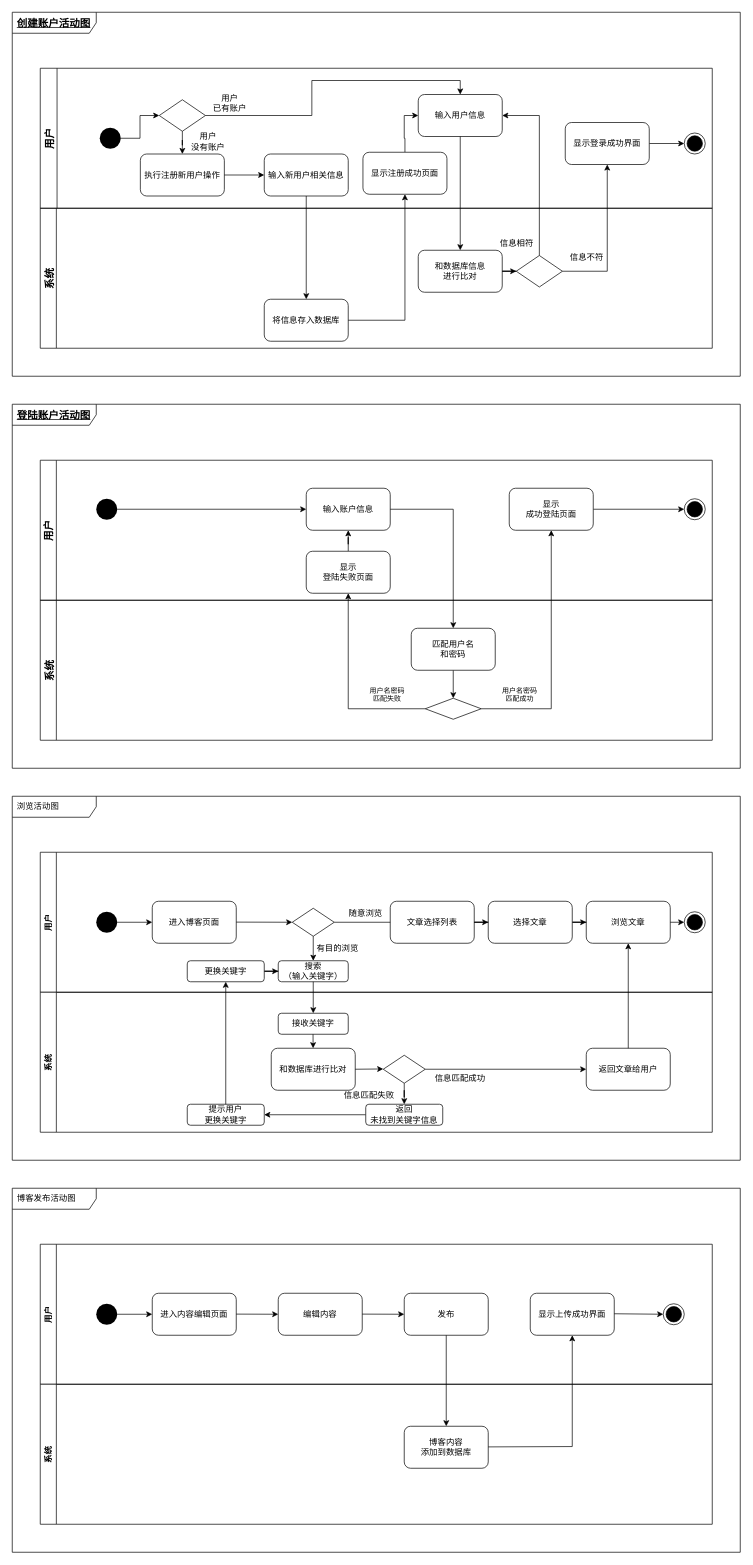
Earlier version of the draw.io diagram Group_1_UML/Group_1_activity.drawio (BlackboardYang/BlogYangBofan). Source tidied: cells renumbered, new cells numbered last; positions are measured from the earlier drawing's top-left corner, leaving out a move shared by most shapes. Both pictures are drawn from the tidied source at 70%, with x=0, y=0 at pixel (12, 12).
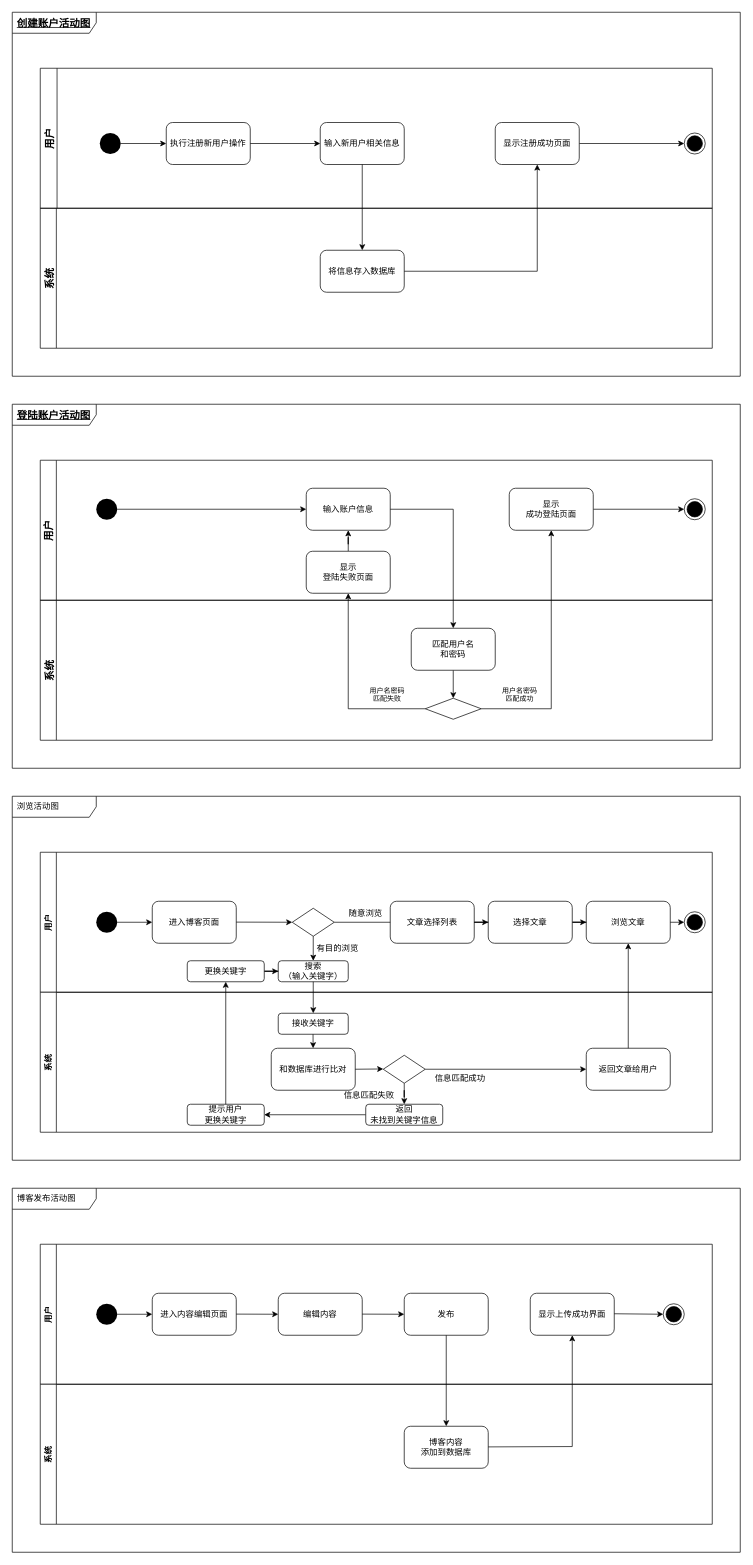
After the change.

The change refers to these unchanged cells:
```xml
<mxCell id="54" value="用户" style="swimlane;horizontal=0;fontSize=15;fillColor=none;startSize=24;" parent="1" vertex="1">
  <mxGeometry x="40" y="80" width="960" height="200" as="geometry" />
</mxCell>
<mxCell id="60" style="ellipse;html=1;shape=endState;fillColor=#000000;strokeColor=#000000;fontSize=12;" parent="54" vertex="1">
  <mxGeometry x="920" y="92.5" width="30" height="30" as="geometry" />
</mxCell>
<mxCell id="68" value="系统" style="swimlane;horizontal=0;fontSize=15;fillColor=none;" parent="1" vertex="1">
  <mxGeometry x="40" y="280" width="960" height="200" as="geometry" />
</mxCell>
```

The edit, as a diff of the source:
```diff
@@
-    <mxCell id="55" style="edgeStyle=orthogonalEdgeStyle;rounded=0;jettySize=auto;html=1;entryX=0;entryY=0.5;entryDx=0;entryDy=0;" parent="54" edge="1" source="56" target="58">
-      <mxGeometry relative="1" as="geometry" />
-    </mxCell>
+    <mxCell id="105" style="edgeStyle=orthogonalEdgeStyle;rounded=0;jettySize=auto;html=1;" parent="54" edge="1" source="56" target="64">
+      <mxGeometry relative="1" as="geometry" />
+    </mxCell>
     <mxCell id="56" style="ellipse;fillColor=#000000;strokeColor=none;fontSize=16;" parent="54" vertex="1">
-      <mxGeometry x="85" y="85" width="30" height="30" as="geometry" />
+      <mxGeometry x="85" y="92.5" width="30" height="30" as="geometry" />
     </mxCell>
-    <mxCell id="57" style="edgeStyle=orthogonalEdgeStyle;rounded=0;jettySize=auto;html=1;entryX=0.5;entryY=0;entryDx=0;entryDy=0;" parent="54" edge="1" source="58" target="63">
-      <mxGeometry relative="1" as="geometry" />
-    </mxCell>
-    <mxCell id="58" style="rhombus;whiteSpace=wrap;html=1;fontSize=16;fillColor=none;" parent="54" vertex="1">
-      <mxGeometry x="170" y="45" width="66" height="45" as="geometry" />
-    </mxCell>
-    <mxCell id="59" value="用户&lt;br&gt;没有账户" style="text;html=1;strokeColor=none;fillColor=none;align=center;verticalAlign=middle;whiteSpace=wrap;rounded=0;fontSize=12;" parent="54" vertex="1">
-      <mxGeometry x="210" y="90" width="60" height="30" as="geometry" />
-    </mxCell>
@@
-    <mxCell id="61" style="edgeStyle=orthogonalEdgeStyle;rounded=0;jettySize=auto;html=1;entryX=0;entryY=0.5;entryDx=0;entryDy=0;" parent="54" edge="1" source="62" target="60">
-      <mxGeometry relative="1" as="geometry" />
-    </mxCell>
-    <mxCell id="62" value="显示登录成功界面" style="rounded=1;whiteSpace=wrap;html=1;" parent="54" vertex="1">
-      <mxGeometry x="750" y="77.5" width="120" height="60" as="geometry" />
-    </mxCell>
-    <mxCell id="63" value="输入用户信息" style="rounded=1;whiteSpace=wrap;html=1;" parent="54" vertex="1">
-      <mxGeometry x="540" y="37.5" width="120" height="60" as="geometry" />
-    </mxCell>
     <mxCell id="64" value="执行注册新用户操作" style="rounded=1;whiteSpace=wrap;html=1;" parent="54" vertex="1">
-      <mxGeometry x="143" y="122.5" width="120" height="60" as="geometry" />
+      <mxGeometry x="180" y="77.5" width="120" height="60" as="geometry" />
     </mxCell>
-    <mxCell id="65" style="edgeStyle=orthogonalEdgeStyle;rounded=0;jettySize=auto;html=1;" parent="54" edge="1" source="58" target="64">
-      <mxGeometry relative="1" as="geometry" />
-    </mxCell>
     <mxCell id="66" value="输入新用户相关信息" style="rounded=1;whiteSpace=wrap;html=1;" parent="54" vertex="1">
-      <mxGeometry x="320" y="122.5" width="120" height="60" as="geometry" />
+      <mxGeometry x="400" y="77.5" width="120" height="60" as="geometry" />
     </mxCell>
@@
+    <mxCell id="106" style="edgeStyle=orthogonalEdgeStyle;rounded=0;jettySize=auto;html=1;entryX=0;entryY=0.5;entryDx=0;entryDy=0;" parent="54" edge="1" source="101" target="60">
+      <mxGeometry relative="1" as="geometry" />
+    </mxCell>
+    <mxCell id="101" value="显示注册成功页面" style="rounded=1;whiteSpace=wrap;html=1;" parent="54" vertex="1">
+      <mxGeometry x="650" y="77.5" width="120" height="60" as="geometry" />
+    </mxCell>
+    <mxCell id="107" style="edgeStyle=orthogonalEdgeStyle;rounded=0;orthogonalLoop=1;jettySize=auto;html=1;exitX=0;exitY=1;exitDx=0;exitDy=0;entryX=0.5;entryY=1;entryDx=0;entryDy=0;" parent="54" edge="1" source="56" target="56">
+      <mxGeometry relative="1" as="geometry" />
+    </mxCell>
@@
-    <mxCell id="69" style="rhombus;whiteSpace=wrap;html=1;fontSize=16;fillColor=none;" parent="68" vertex="1">
-      <mxGeometry x="680" y="67.5" width="66" height="45" as="geometry" />
-    </mxCell>
-    <mxCell id="70" value="和数据库信息&lt;br&gt;进行比对" style="rounded=1;whiteSpace=wrap;html=1;" parent="68" vertex="1">
-      <mxGeometry x="540" y="60" width="120" height="60" as="geometry" />
-    </mxCell>
-    <mxCell id="71" style="edgeStyle=orthogonalEdgeStyle;rounded=0;jettySize=auto;html=1;entryX=0;entryY=0.5;entryDx=0;entryDy=0;" parent="68" edge="1" source="70" target="69">
-      <mxGeometry relative="1" as="geometry" />
-    </mxCell>
     <mxCell id="72" value="将信息存入数据库" style="rounded=1;whiteSpace=wrap;html=1;" parent="68" vertex="1">
-      <mxGeometry x="320" y="130" width="120" height="60" as="geometry" />
+      <mxGeometry x="400" y="60" width="120" height="60" as="geometry" />
     </mxCell>
@@
-    <mxCell id="95" value="用户&lt;br&gt;已有账户" style="text;html=1;strokeColor=none;fillColor=none;align=center;verticalAlign=middle;whiteSpace=wrap;rounded=0;fontSize=12;" parent="1" vertex="1">
-      <mxGeometry x="280" y="110" width="62" height="40" as="geometry" />
-    </mxCell>
-    <mxCell id="96" style="edgeStyle=orthogonalEdgeStyle;rounded=0;jettySize=auto;html=1;" parent="1" edge="1" source="63" target="70">
-      <mxGeometry relative="1" as="geometry" />
-    </mxCell>
@@
-    <mxCell id="98" style="edgeStyle=orthogonalEdgeStyle;rounded=0;jettySize=auto;html=1;entryX=1;entryY=0.5;entryDx=0;entryDy=0;" parent="1" edge="1" source="69" target="63">
-      <mxGeometry relative="1" as="geometry">
-        <Array as="points">
-          <mxPoint x="753" y="148" />
-        </Array>
-      </mxGeometry>
-    </mxCell>
-    <mxCell id="99" style="edgeStyle=orthogonalEdgeStyle;rounded=0;jettySize=auto;html=1;entryX=0.5;entryY=1;entryDx=0;entryDy=0;" parent="1" edge="1" source="69" target="62">
-      <mxGeometry relative="1" as="geometry" />
-    </mxCell>
-    <mxCell id="100" style="edgeStyle=orthogonalEdgeStyle;rounded=0;jettySize=auto;html=1;entryX=0;entryY=0.5;entryDx=0;entryDy=0;" parent="1" edge="1" source="101" target="63">
-      <mxGeometry relative="1" as="geometry" />
-    </mxCell>
-    <mxCell id="101" value="显示注册成功页面" style="rounded=1;whiteSpace=wrap;html=1;" parent="1" vertex="1">
-      <mxGeometry x="501" y="200" width="120" height="60" as="geometry" />
-    </mxCell>
@@
-    <mxCell id="103" value="信息相符" style="text;html=1;strokeColor=none;fillColor=none;align=center;verticalAlign=middle;whiteSpace=wrap;rounded=0;fontSize=12;" parent="1" vertex="1">
-      <mxGeometry x="690" y="310" width="62" height="40" as="geometry" />
-    </mxCell>
-    <mxCell id="104" value="信息不符" style="text;html=1;strokeColor=none;fillColor=none;align=center;verticalAlign=middle;whiteSpace=wrap;rounded=0;fontSize=12;" parent="1" vertex="1">
-      <mxGeometry x="790" y="330" width="62" height="40" as="geometry" />
-    </mxCell>
```
